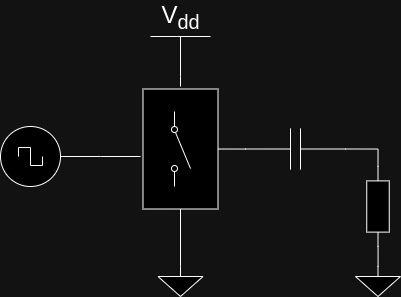
miguel9554/tesis-redaccion keeps this draw.io diagram as images/driver.drawio.png. Above is the earlier version. Source tidied: cells renumbered, new cells last; positions are measured from the earlier drawing's top-left corner, leaving out a move shared by most shapes.
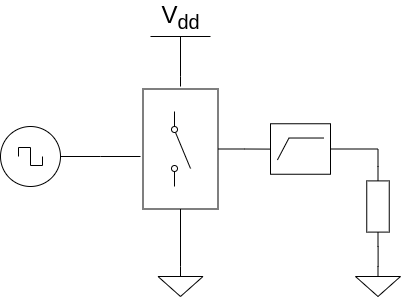
Later version of the same file.

Change to the diagram source:
```diff
@@ -2,9 +2,9 @@
   <root>
     <mxCell id="0" />
     <mxCell id="1" parent="0" />
-    <mxCell id="2" style="edgeStyle=orthogonalEdgeStyle;rounded=0;jettySize=auto;html=1;endArrow=none;endFill=0;" parent="1" edge="1" source="3" target="8">
-      <mxGeometry relative="1" as="geometry" />
-    </mxCell>
+    <mxCell id="16" style="edgeStyle=orthogonalEdgeStyle;rounded=0;jettySize=auto;html=1;endArrow=none;endFill=0;" parent="1" edge="1" source="3" target="18">
+      <mxGeometry relative="1" as="geometry" />
+    </mxCell>
     <mxCell id="3" style="rounded=0;whiteSpace=wrap;html=1;fillColor=default;" parent="1" vertex="1">
       <mxGeometry x="142.5" y="52.5" width="75" height="120" as="geometry" />
     </mxCell>
@@ -19,12 +19,6 @@
     <mxCell id="6" style="html=1;shape=mxgraph.electrical.electro-mechanical.singleSwitch;elSwitchState=off;direction=south;" parent="1" vertex="1">
       <mxGeometry x="170" y="75" width="20" height="75" as="geometry" />
     </mxCell>
-    <mxCell id="7" style="edgeStyle=orthogonalEdgeStyle;rounded=0;jettySize=auto;html=1;exitX=1;exitY=0.5;exitDx=0;exitDy=0;exitPerimeter=0;entryX=0;entryY=0.5;entryDx=0;entryDy=0;entryPerimeter=0;endArrow=none;endFill=0;" parent="1" edge="1" source="8" target="10">
-      <mxGeometry relative="1" as="geometry" />
-    </mxCell>
-    <mxCell id="8" style="verticalLabelPosition=bottom;shadow=0;dashed=0;align=center;html=1;verticalAlign=top;shape=mxgraph.electrical.capacitors.capacitor_1;" parent="1" vertex="1">
-      <mxGeometry x="245" y="91.9" width="100" height="41.2" as="geometry" />
-    </mxCell>
     <mxCell id="9" style="edgeStyle=orthogonalEdgeStyle;rounded=0;jettySize=auto;html=1;endArrow=none;endFill=0;" parent="1" edge="1" source="10" target="13">
       <mxGeometry relative="1" as="geometry" />
     </mxCell>
@@ -48,5 +42,15 @@
     <mxCell id="15" value="V&lt;sub&gt;dd&lt;/sub&gt;" style="verticalLabelPosition=top;verticalAlign=bottom;shape=mxgraph.electrical.signal_sources.vdd;shadow=0;dashed=0;align=center;strokeWidth=1;fontSize=24;html=1;flipV=1;" parent="1" vertex="1">
       <mxGeometry x="150" width="60" height="40" as="geometry" />
     </mxCell>
+    <mxCell id="17" style="edgeStyle=orthogonalEdgeStyle;rounded=0;jettySize=auto;html=1;exitX=1;exitY=0.5;exitDx=0;exitDy=0;exitPerimeter=0;entryX=0;entryY=0.5;entryDx=0;entryDy=0;entryPerimeter=0;endArrow=none;endFill=0;" parent="1" edge="1" source="18" target="10">
+      <mxGeometry relative="1" as="geometry">
+        <Array as="points">
+          <mxPoint x="378" y="113" />
+        </Array>
+      </mxGeometry>
+    </mxCell>
+    <mxCell id="18" style="verticalLabelPosition=bottom;shadow=0;dashed=0;align=center;html=1;verticalAlign=top;shape=mxgraph.electrical.logic_gates.highpass_filter;" parent="1" vertex="1">
+      <mxGeometry x="270" y="87.2" width="60" height="50.5" as="geometry" />
+    </mxCell>
   </root>
 </mxGraphModel>
```
